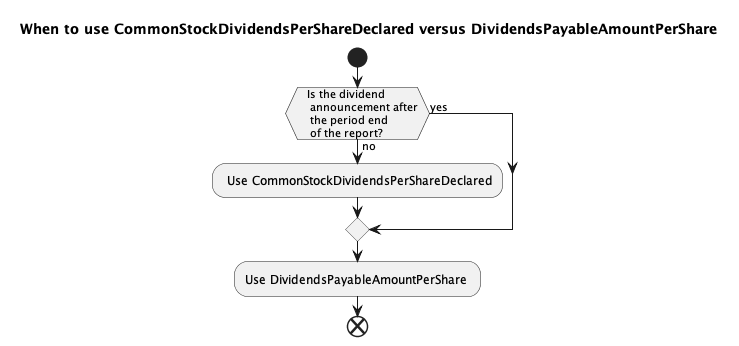
Before: guidance/out/rule-flowcharts/dividends-pershare-flow/dividends_Per_Share.png, a diagram exported from PlantUML (DataQualityCommittee/dqc_us_rules). Its diagram source:
```plantuml
@startuml dividends_Per_Share
title "When to use CommonStockDividendsPerShareDeclared versus DividendsPayableAmountPerShare"
!pragma useVerticalIf on
start


 if (   Is the dividend
    announcement after
    the period end
    of the report?) then (no)

       : Use CommonStockDividendsPerShareDeclared;

 else (yes)
    endif

                :Use DividendsPayableAmountPerShare ;



end

@enduml
```
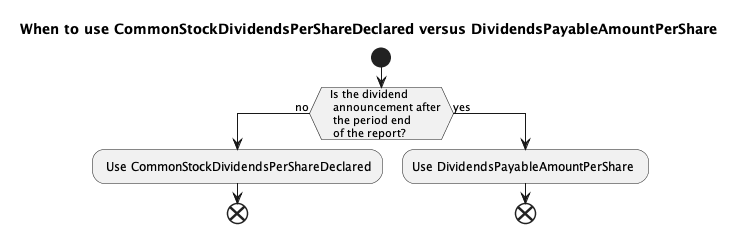
The same diagram one commit later.

Change to the diagram source:
```diff
@@ -10,9 +10,9 @@
     of the report?) then (no)
 
        : Use CommonStockDividendsPerShareDeclared;
+      end
+ else (yes)
 
- else (yes)
-    endif
 
                 :Use DividendsPayableAmountPerShare ;
 
```
